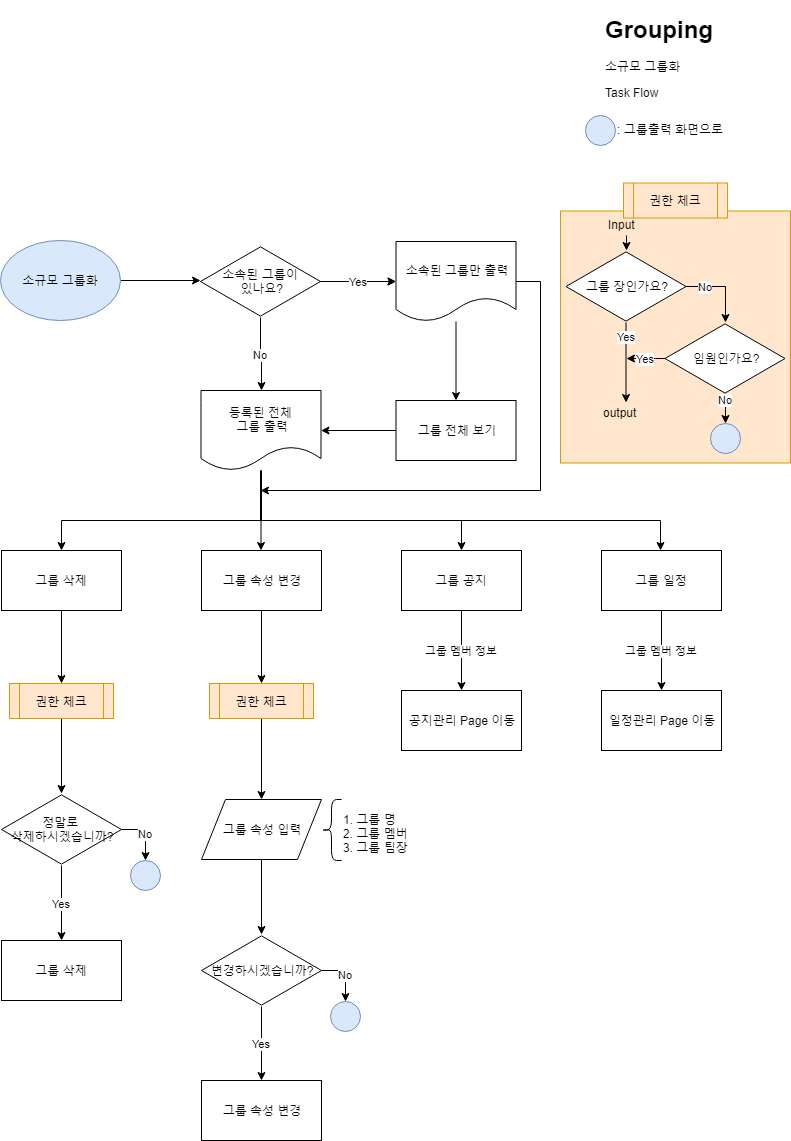
This is 04_taskflow/소규모 그룹화.png from ehwlfk2/Target_club, a draw.io export, as it was before one commit. Source tidied: cells renumbered, new cells last; positions are measured from the earlier drawing's top-left corner, leaving out a move shared by most shapes.
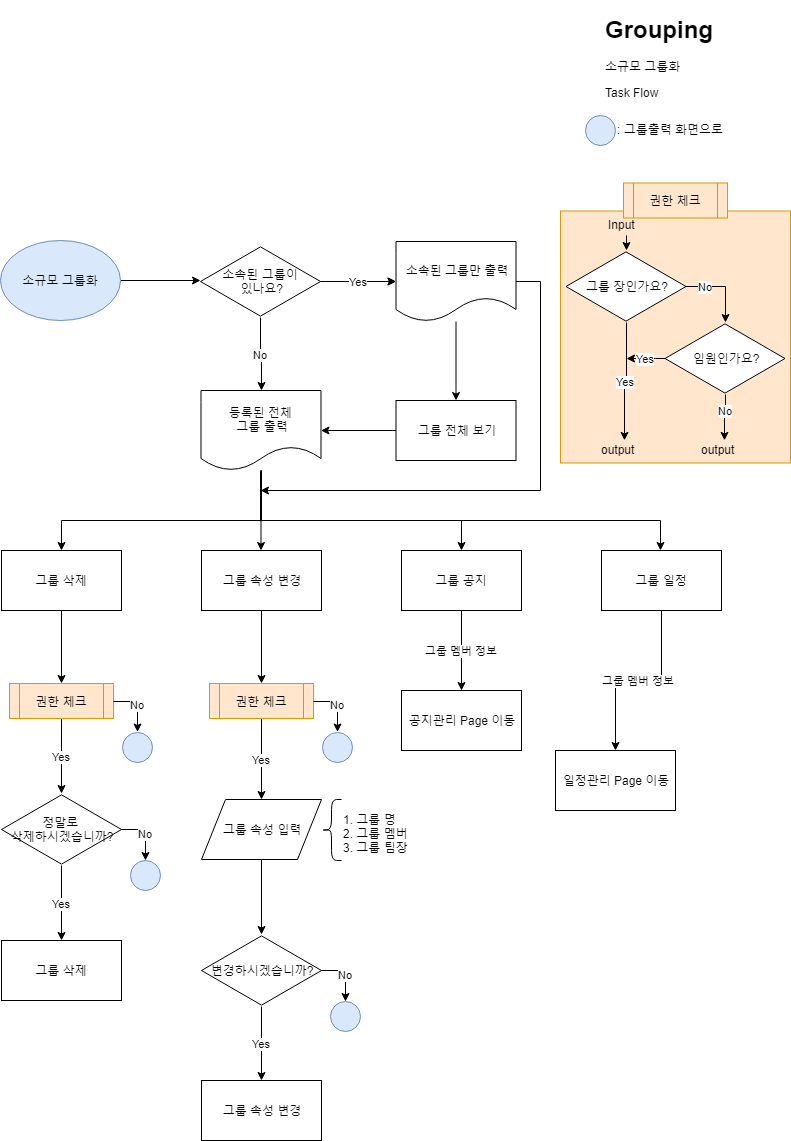
After the change.

What changed in the source:
```diff
@@ -100,7 +100,7 @@
     <mxCell id="27" value=": 그룹출력 화면으로" style="text;html=1;align=left;verticalAlign=top;spacingTop=-4;" parent="25" vertex="1">
       <mxGeometry x="30" y="5" width="120" height="20" as="geometry" />
     </mxCell>
-    <mxCell id="28" style="edgeStyle=orthogonalEdgeStyle;rounded=0;jettySize=auto;html=1;" parent="1" edge="1" source="29" target="47">
+    <mxCell id="28" value="Yes" style="edgeStyle=orthogonalEdgeStyle;rounded=0;jettySize=auto;html=1;" parent="1" edge="1" source="29" target="47">
       <mxGeometry relative="1" as="geometry" />
     </mxCell>
     <mxCell id="29" value="권한 체크" style="shape=process;whiteSpace=wrap;html=1;backgroundOutline=1;fillColor=#ffe6cc;strokeColor=#d79b00;" parent="1" vertex="1">
@@ -118,10 +118,8 @@
     <mxCell id="33" value="그룹 장인가요?" style="html=1;whiteSpace=wrap;shape=isoRectangle;" parent="31" vertex="1">
       <mxGeometry x="5.5" y="67.5" width="120" height="72" as="geometry" />
     </mxCell>
-    <mxCell id="34" value="Yes" style="edgeStyle=orthogonalEdgeStyle;rounded=0;jettySize=auto;html=1;" parent="31" edge="1" source="33">
-      <mxGeometry x="-0.65" relative="1" as="geometry">
-        <mxPoint x="65.5" y="219.5" as="targetPoint" />
-      </mxGeometry>
+    <mxCell id="34" value="Yes" style="edgeStyle=orthogonalEdgeStyle;rounded=0;jettySize=auto;html=1;" parent="31" edge="1" source="33" target="44">
+      <mxGeometry x="0.01" relative="1" as="geometry" />
     </mxCell>
     <mxCell id="35" value="Yes" style="edgeStyle=orthogonalEdgeStyle;rounded=0;jettySize=auto;html=1;" parent="31" edge="1" source="36">
       <mxGeometry x="0.03" relative="1" as="geometry">
@@ -142,16 +140,8 @@
         </Array>
       </mxGeometry>
     </mxCell>
-    <mxCell id="38" style="ellipse;whiteSpace=wrap;html=1;fillColor=#dae8fc;strokeColor=#6c8ebf;" parent="31" vertex="1">
-      <mxGeometry x="149.5" y="240.3" width="30" height="30" as="geometry" />
-    </mxCell>
-    <mxCell id="39" value="No" style="edgeStyle=orthogonalEdgeStyle;rounded=0;jettySize=auto;html=1;entryX=0.5;entryY=0;entryDx=0;entryDy=0;" parent="31" edge="1" source="36" target="38">
-      <mxGeometry x="-0.63" relative="1" as="geometry">
-        <Array as="points">
-          <mxPoint x="164.5" y="223.5" />
-          <mxPoint x="164.5" y="223.5" />
-        </Array>
-      </mxGeometry>
+    <mxCell id="39" value="No" style="edgeStyle=orthogonalEdgeStyle;rounded=0;jettySize=auto;html=1;" parent="31" edge="1" source="36" target="65">
+      <mxGeometry x="-0.3" relative="1" as="geometry" />
     </mxCell>
     <mxCell id="40" value="권한 체크" style="shape=process;whiteSpace=wrap;html=1;backgroundOutline=1;fillColor=#ffe6cc;strokeColor=#d79b00;" parent="31" vertex="1">
       <mxGeometry x="63" width="104" height="35" as="geometry" />
@@ -171,8 +161,11 @@
       <mxGeometry width="40" height="20" as="geometry" />
     </mxCell>
     <mxCell id="44" value="output" style="text;html=1;points=[];align=left;verticalAlign=top;spacingTop=-4;" parent="31" vertex="1">
-      <mxGeometry x="40.5" y="220.4" width="50" height="20" as="geometry" />
+      <mxGeometry x="39" y="257.4" width="50" height="20" as="geometry" />
     </mxCell>
+    <mxCell id="65" value="output" style="text;html=1;points=[];align=left;verticalAlign=top;spacingTop=-4;" parent="31" vertex="1">
+      <mxGeometry x="139" y="257.4" width="50" height="20" as="geometry" />
+    </mxCell>
     <mxCell id="45" value="Yes" style="edgeStyle=orthogonalEdgeStyle;rounded=0;jettySize=auto;html=1;" parent="1" edge="1" source="47" target="48">
       <mxGeometry relative="1" as="geometry" />
     </mxCell>
@@ -192,7 +185,7 @@
     <mxCell id="49" style="ellipse;whiteSpace=wrap;html=1;fillColor=#dae8fc;strokeColor=#6c8ebf;" parent="1" vertex="1">
       <mxGeometry x="130" y="850" width="30" height="30" as="geometry" />
     </mxCell>
-    <mxCell id="50" style="edgeStyle=orthogonalEdgeStyle;rounded=0;jettySize=auto;html=1;" parent="1" edge="1" source="51" target="53">
+    <mxCell id="50" value="Yes" style="edgeStyle=orthogonalEdgeStyle;rounded=0;jettySize=auto;html=1;" parent="1" edge="1" source="51" target="53">
       <mxGeometry relative="1" as="geometry" />
     </mxCell>
     <mxCell id="51" value="권한 체크" style="shape=process;whiteSpace=wrap;html=1;backgroundOutline=1;fillColor=#ffe6cc;strokeColor=#d79b00;" parent="1" vertex="1">
@@ -245,7 +238,29 @@
       <mxGeometry x="601" y="540" width="120" height="60" as="geometry" />
     </mxCell>
     <mxCell id="64" value="일정관리 Page 이동" style="rounded=0;whiteSpace=wrap;html=1;" parent="1" vertex="1">
-      <mxGeometry x="601" y="680" width="120" height="60" as="geometry" />
+      <mxGeometry x="555" y="740" width="120" height="60" as="geometry" />
     </mxCell>
+    <mxCell id="66" value="No" style="edgeStyle=orthogonalEdgeStyle;rounded=0;jettySize=auto;html=1;" parent="1" edge="1" target="67">
+      <mxGeometry relative="1" as="geometry">
+        <mxPoint x="113" y="690.5" as="sourcePoint" />
+        <Array as="points">
+          <mxPoint x="137" y="690.5" />
+        </Array>
+      </mxGeometry>
+    </mxCell>
+    <mxCell id="67" style="ellipse;whiteSpace=wrap;html=1;fillColor=#dae8fc;strokeColor=#6c8ebf;" parent="1" vertex="1">
+      <mxGeometry x="122" y="721.5" width="30" height="30" as="geometry" />
+    </mxCell>
+    <mxCell id="68" value="No" style="edgeStyle=orthogonalEdgeStyle;rounded=0;jettySize=auto;html=1;" parent="1" edge="1" target="69">
+      <mxGeometry relative="1" as="geometry">
+        <mxPoint x="313" y="690.5" as="sourcePoint" />
+        <Array as="points">
+          <mxPoint x="337" y="690.5" />
+        </Array>
+      </mxGeometry>
+    </mxCell>
+    <mxCell id="69" style="ellipse;whiteSpace=wrap;html=1;fillColor=#dae8fc;strokeColor=#6c8ebf;" parent="1" vertex="1">
+      <mxGeometry x="322" y="721.5" width="30" height="30" as="geometry" />
+    </mxCell>
   </root>
 </mxGraphModel>
```
